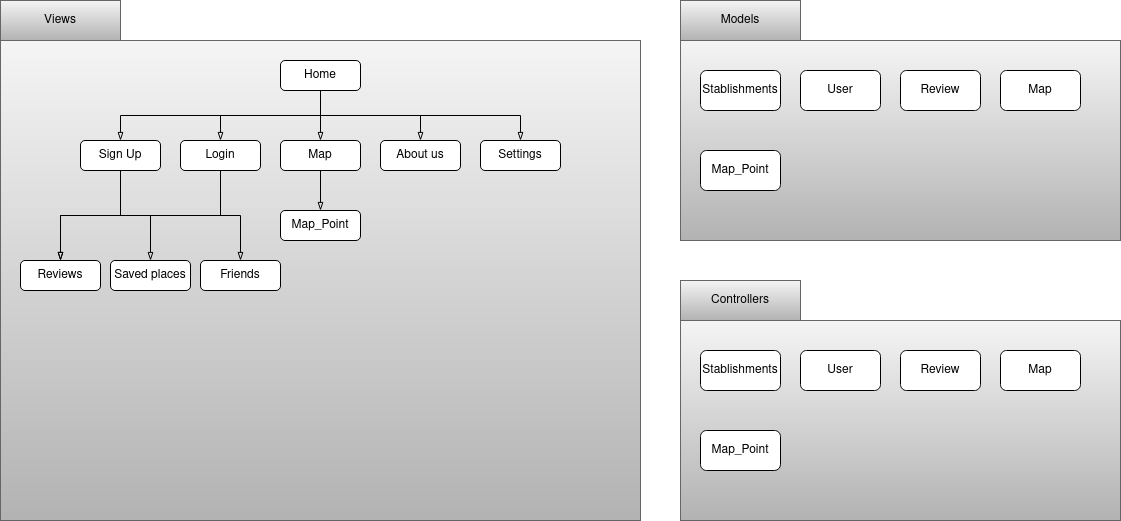
Before: docs/images/building_block_view.png, a diagram exported from draw.io (Arquisoft/lomap_es5c). Source tidied: cells renumbered, new cells last; positions are measured from the earlier drawing's top-left corner, leaving out a move shared by most shapes. The source it was exported from:
```xml
<mxGraphModel>
  <root>
    <mxCell id="0" />
    <mxCell id="1" parent="0" />
    <mxCell id="2" style="rounded=0;whiteSpace=wrap;html=1;fillColor=#f5f5f5;strokeColor=#666666;gradientColor=#b3b3b3;" parent="1" vertex="1">
      <mxGeometry x="680" y="40" width="440" height="200" as="geometry" />
    </mxCell>
    <mxCell id="3" style="rounded=0;whiteSpace=wrap;html=1;fillColor=#f5f5f5;strokeColor=#666666;gradientColor=#b3b3b3;" parent="1" vertex="1">
      <mxGeometry y="40" width="640" height="480" as="geometry" />
    </mxCell>
    <mxCell id="4" value="Views" style="rounded=0;whiteSpace=wrap;html=1;fillColor=#f5f5f5;strokeColor=#666666;gradientColor=#b3b3b3;" parent="1" vertex="1">
      <mxGeometry width="120" height="40" as="geometry" />
    </mxCell>
    <mxCell id="5" value="Models" style="rounded=0;whiteSpace=wrap;html=1;fillColor=#f5f5f5;gradientColor=#b3b3b3;strokeColor=#666666;" parent="1" vertex="1">
      <mxGeometry x="680" width="120" height="40" as="geometry" />
    </mxCell>
    <mxCell id="6" value="Controllers" style="rounded=0;whiteSpace=wrap;html=1;fillColor=#f5f5f5;gradientColor=#b3b3b3;strokeColor=#666666;" parent="1" vertex="1">
      <mxGeometry x="680" y="280" width="120" height="40" as="geometry" />
    </mxCell>
    <mxCell id="7" value="Stablishments" style="rounded=1;whiteSpace=wrap;html=1;" parent="1" vertex="1">
      <mxGeometry x="700" y="70" width="80" height="40" as="geometry" />
    </mxCell>
    <mxCell id="8" value="User" style="rounded=1;whiteSpace=wrap;html=1;" parent="1" vertex="1">
      <mxGeometry x="800" y="70" width="80" height="40" as="geometry" />
    </mxCell>
    <mxCell id="9" value="Review" style="rounded=1;whiteSpace=wrap;html=1;" parent="1" vertex="1">
      <mxGeometry x="900" y="70" width="80" height="40" as="geometry" />
    </mxCell>
    <mxCell id="10" value="Map" style="rounded=1;whiteSpace=wrap;html=1;" parent="1" vertex="1">
      <mxGeometry x="1000" y="70" width="80" height="40" as="geometry" />
    </mxCell>
    <mxCell id="11" value="Map_Point" style="rounded=1;whiteSpace=wrap;html=1;" parent="1" vertex="1">
      <mxGeometry x="700" y="150" width="80" height="40" as="geometry" />
    </mxCell>
    <mxCell id="12" style="rounded=0;whiteSpace=wrap;html=1;fillColor=#f5f5f5;gradientColor=#b3b3b3;strokeColor=#666666;" parent="1" vertex="1">
      <mxGeometry x="680" y="320" width="440" height="200" as="geometry" />
    </mxCell>
    <mxCell id="13" value="Stablishments" style="rounded=1;whiteSpace=wrap;html=1;" parent="1" vertex="1">
      <mxGeometry x="700" y="350" width="80" height="40" as="geometry" />
    </mxCell>
    <mxCell id="14" value="User" style="rounded=1;whiteSpace=wrap;html=1;" parent="1" vertex="1">
      <mxGeometry x="800" y="350" width="80" height="40" as="geometry" />
    </mxCell>
    <mxCell id="15" value="Review" style="rounded=1;whiteSpace=wrap;html=1;" parent="1" vertex="1">
      <mxGeometry x="900" y="350" width="80" height="40" as="geometry" />
    </mxCell>
    <mxCell id="16" value="Map" style="rounded=1;whiteSpace=wrap;html=1;" parent="1" vertex="1">
      <mxGeometry x="1000" y="350" width="80" height="40" as="geometry" />
    </mxCell>
    <mxCell id="17" value="Map_Point" style="rounded=1;whiteSpace=wrap;html=1;" parent="1" vertex="1">
      <mxGeometry x="700" y="430" width="80" height="40" as="geometry" />
    </mxCell>
    <mxCell id="18" style="edgeStyle=orthogonalEdgeStyle;rounded=0;jettySize=auto;html=1;exitX=0.5;exitY=1;exitDx=0;exitDy=0;entryX=0.5;entryY=0;entryDx=0;entryDy=0;endArrow=blockThin;endFill=0;" parent="1" edge="1" source="23" target="25">
      <mxGeometry relative="1" as="geometry" />
    </mxCell>
    <mxCell id="19" style="edgeStyle=orthogonalEdgeStyle;rounded=0;jettySize=auto;html=1;exitX=0.5;exitY=1;exitDx=0;exitDy=0;entryX=0.5;entryY=0;entryDx=0;entryDy=0;endArrow=blockThin;endFill=0;" parent="1" edge="1" source="23" target="26">
      <mxGeometry relative="1" as="geometry" />
    </mxCell>
    <mxCell id="20" style="edgeStyle=orthogonalEdgeStyle;rounded=0;jettySize=auto;html=1;exitX=0.5;exitY=1;exitDx=0;exitDy=0;entryX=0.5;entryY=0;entryDx=0;entryDy=0;endArrow=blockThin;endFill=0;" parent="1" edge="1" source="23" target="31">
      <mxGeometry relative="1" as="geometry" />
    </mxCell>
    <mxCell id="21" style="edgeStyle=orthogonalEdgeStyle;rounded=0;jettySize=auto;html=1;exitX=0.5;exitY=1;exitDx=0;exitDy=0;entryX=0.5;entryY=0;entryDx=0;entryDy=0;endArrow=blockThin;endFill=0;" parent="1" edge="1" source="23" target="33">
      <mxGeometry relative="1" as="geometry" />
    </mxCell>
    <mxCell id="22" style="edgeStyle=orthogonalEdgeStyle;rounded=0;jettySize=auto;html=1;exitX=0.5;exitY=1;exitDx=0;exitDy=0;entryX=0.5;entryY=0;entryDx=0;entryDy=0;endArrow=blockThin;endFill=0;" parent="1" edge="1" source="23" target="34">
      <mxGeometry relative="1" as="geometry" />
    </mxCell>
    <mxCell id="23" value="Home" style="rounded=1;whiteSpace=wrap;html=1;" parent="1" vertex="1">
      <mxGeometry x="280" y="60" width="80" height="30" as="geometry" />
    </mxCell>
    <mxCell id="24" style="edgeStyle=orthogonalEdgeStyle;rounded=0;jettySize=auto;html=1;exitX=0.5;exitY=1;exitDx=0;exitDy=0;entryX=0.5;entryY=0;entryDx=0;entryDy=0;endArrow=blockThin;endFill=0;" parent="1" edge="1" source="25" target="27">
      <mxGeometry relative="1" as="geometry" />
    </mxCell>
    <mxCell id="25" value="Map" style="rounded=1;whiteSpace=wrap;html=1;" parent="1" vertex="1">
      <mxGeometry x="280" y="140" width="80" height="30" as="geometry" />
    </mxCell>
    <mxCell id="26" value="About us" style="rounded=1;whiteSpace=wrap;html=1;" parent="1" vertex="1">
      <mxGeometry x="380" y="140" width="80" height="30" as="geometry" />
    </mxCell>
    <mxCell id="27" value="Map_Point" style="rounded=1;whiteSpace=wrap;html=1;" parent="1" vertex="1">
      <mxGeometry x="280" y="210" width="80" height="30" as="geometry" />
    </mxCell>
    <mxCell id="28" style="edgeStyle=orthogonalEdgeStyle;rounded=0;jettySize=auto;html=1;exitX=0.5;exitY=1;exitDx=0;exitDy=0;entryX=0.5;entryY=0;entryDx=0;entryDy=0;endArrow=blockThin;endFill=0;" parent="1" edge="1" source="31" target="36">
      <mxGeometry relative="1" as="geometry" />
    </mxCell>
    <mxCell id="29" style="edgeStyle=orthogonalEdgeStyle;rounded=0;jettySize=auto;html=1;exitX=0.5;exitY=1;exitDx=0;exitDy=0;entryX=0.5;entryY=0;entryDx=0;entryDy=0;endArrow=blockThin;endFill=0;" parent="1" edge="1" source="31" target="35">
      <mxGeometry relative="1" as="geometry" />
    </mxCell>
    <mxCell id="30" style="edgeStyle=orthogonalEdgeStyle;rounded=0;jettySize=auto;html=1;exitX=0.5;exitY=1;exitDx=0;exitDy=0;endArrow=blockThin;endFill=0;" parent="1" edge="1" source="31" target="37">
      <mxGeometry relative="1" as="geometry" />
    </mxCell>
    <mxCell id="31" value="Login" style="rounded=1;whiteSpace=wrap;html=1;" parent="1" vertex="1">
      <mxGeometry x="180" y="140" width="80" height="30" as="geometry" />
    </mxCell>
    <mxCell id="32" style="edgeStyle=orthogonalEdgeStyle;rounded=0;jettySize=auto;html=1;exitX=0.5;exitY=1;exitDx=0;exitDy=0;entryX=0.5;entryY=0;entryDx=0;entryDy=0;endArrow=blockThin;endFill=0;" parent="1" edge="1" source="33" target="36">
      <mxGeometry relative="1" as="geometry" />
    </mxCell>
    <mxCell id="33" value="Sign Up" style="rounded=1;whiteSpace=wrap;html=1;" parent="1" vertex="1">
      <mxGeometry x="80" y="140" width="80" height="30" as="geometry" />
    </mxCell>
    <mxCell id="34" value="Settings" style="rounded=1;whiteSpace=wrap;html=1;" parent="1" vertex="1">
      <mxGeometry x="480" y="140" width="80" height="30" as="geometry" />
    </mxCell>
    <mxCell id="35" value="Saved places" style="rounded=1;whiteSpace=wrap;html=1;" parent="1" vertex="1">
      <mxGeometry x="110" y="260" width="80" height="30" as="geometry" />
    </mxCell>
    <mxCell id="36" value="Reviews" style="rounded=1;whiteSpace=wrap;html=1;" parent="1" vertex="1">
      <mxGeometry x="20" y="260" width="80" height="30" as="geometry" />
    </mxCell>
    <mxCell id="37" value="Friends" style="rounded=1;whiteSpace=wrap;html=1;" parent="1" vertex="1">
      <mxGeometry x="200" y="260" width="80" height="30" as="geometry" />
    </mxCell>
  </root>
</mxGraphModel>
```
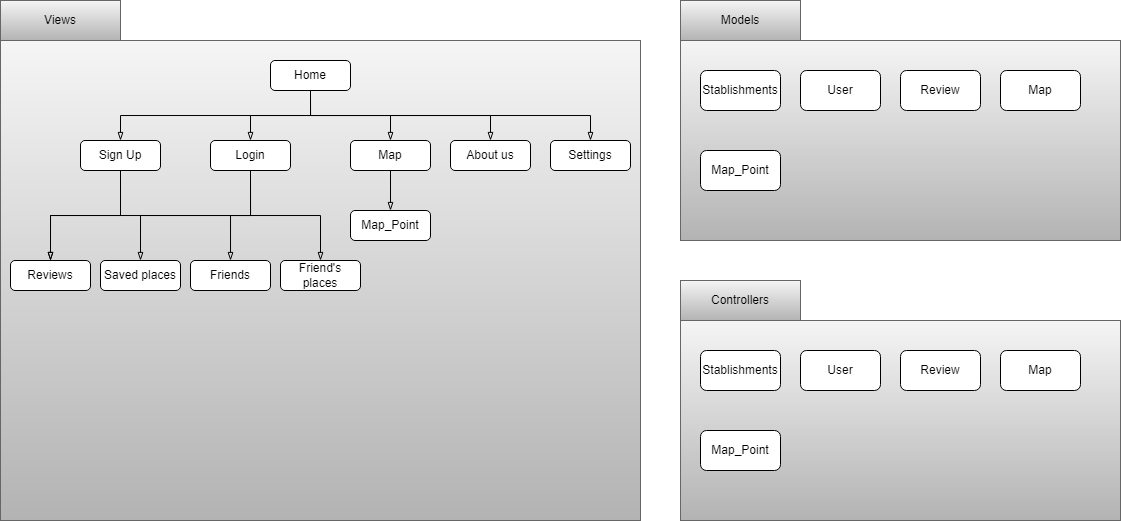
Later version of the same file.

Change to the diagram source:
```diff
@@ -66,19 +66,19 @@
       <mxGeometry relative="1" as="geometry" />
     </mxCell>
     <mxCell id="23" value="Home" style="rounded=1;whiteSpace=wrap;html=1;" parent="1" vertex="1">
-      <mxGeometry x="280" y="60" width="80" height="30" as="geometry" />
+      <mxGeometry x="270" y="60" width="80" height="30" as="geometry" />
     </mxCell>
     <mxCell id="24" style="edgeStyle=orthogonalEdgeStyle;rounded=0;jettySize=auto;html=1;exitX=0.5;exitY=1;exitDx=0;exitDy=0;entryX=0.5;entryY=0;entryDx=0;entryDy=0;endArrow=blockThin;endFill=0;" parent="1" edge="1" source="25" target="27">
       <mxGeometry relative="1" as="geometry" />
     </mxCell>
     <mxCell id="25" value="Map" style="rounded=1;whiteSpace=wrap;html=1;" parent="1" vertex="1">
-      <mxGeometry x="280" y="140" width="80" height="30" as="geometry" />
+      <mxGeometry x="350" y="140" width="80" height="30" as="geometry" />
     </mxCell>
     <mxCell id="26" value="About us" style="rounded=1;whiteSpace=wrap;html=1;" parent="1" vertex="1">
-      <mxGeometry x="380" y="140" width="80" height="30" as="geometry" />
+      <mxGeometry x="450" y="140" width="80" height="30" as="geometry" />
     </mxCell>
     <mxCell id="27" value="Map_Point" style="rounded=1;whiteSpace=wrap;html=1;" parent="1" vertex="1">
-      <mxGeometry x="280" y="210" width="80" height="30" as="geometry" />
+      <mxGeometry x="350" y="210" width="80" height="30" as="geometry" />
     </mxCell>
     <mxCell id="28" style="edgeStyle=orthogonalEdgeStyle;rounded=0;jettySize=auto;html=1;exitX=0.5;exitY=1;exitDx=0;exitDy=0;entryX=0.5;entryY=0;entryDx=0;entryDy=0;endArrow=blockThin;endFill=0;" parent="1" edge="1" source="31" target="36">
       <mxGeometry relative="1" as="geometry" />
@@ -90,7 +90,7 @@
       <mxGeometry relative="1" as="geometry" />
     </mxCell>
     <mxCell id="31" value="Login" style="rounded=1;whiteSpace=wrap;html=1;" parent="1" vertex="1">
-      <mxGeometry x="180" y="140" width="80" height="30" as="geometry" />
+      <mxGeometry x="210" y="140" width="80" height="30" as="geometry" />
     </mxCell>
     <mxCell id="32" style="edgeStyle=orthogonalEdgeStyle;rounded=0;jettySize=auto;html=1;exitX=0.5;exitY=1;exitDx=0;exitDy=0;entryX=0.5;entryY=0;entryDx=0;entryDy=0;endArrow=blockThin;endFill=0;" parent="1" edge="1" source="33" target="36">
       <mxGeometry relative="1" as="geometry" />
@@ -99,16 +99,22 @@
       <mxGeometry x="80" y="140" width="80" height="30" as="geometry" />
     </mxCell>
     <mxCell id="34" value="Settings" style="rounded=1;whiteSpace=wrap;html=1;" parent="1" vertex="1">
-      <mxGeometry x="480" y="140" width="80" height="30" as="geometry" />
+      <mxGeometry x="550" y="140" width="80" height="30" as="geometry" />
     </mxCell>
     <mxCell id="35" value="Saved places" style="rounded=1;whiteSpace=wrap;html=1;" parent="1" vertex="1">
-      <mxGeometry x="110" y="260" width="80" height="30" as="geometry" />
+      <mxGeometry x="100" y="260" width="80" height="30" as="geometry" />
     </mxCell>
     <mxCell id="36" value="Reviews" style="rounded=1;whiteSpace=wrap;html=1;" parent="1" vertex="1">
-      <mxGeometry x="20" y="260" width="80" height="30" as="geometry" />
+      <mxGeometry x="10" y="260" width="80" height="30" as="geometry" />
     </mxCell>
     <mxCell id="37" value="Friends" style="rounded=1;whiteSpace=wrap;html=1;" parent="1" vertex="1">
-      <mxGeometry x="200" y="260" width="80" height="30" as="geometry" />
+      <mxGeometry x="190" y="260" width="80" height="30" as="geometry" />
     </mxCell>
+    <mxCell id="38" value="Friend's places" style="rounded=1;whiteSpace=wrap;html=1;" parent="1" vertex="1">
+      <mxGeometry x="280" y="260" width="80" height="30" as="geometry" />
+    </mxCell>
+    <mxCell id="39" style="edgeStyle=orthogonalEdgeStyle;rounded=0;jettySize=auto;html=1;entryX=0.5;entryY=0;entryDx=0;entryDy=0;endArrow=blockThin;endFill=0;exitX=0.5;exitY=1;exitDx=0;exitDy=0;" parent="1" edge="1" source="31" target="38">
+      <mxGeometry relative="1" as="geometry" />
+    </mxCell>
   </root>
 </mxGraphModel>
```
